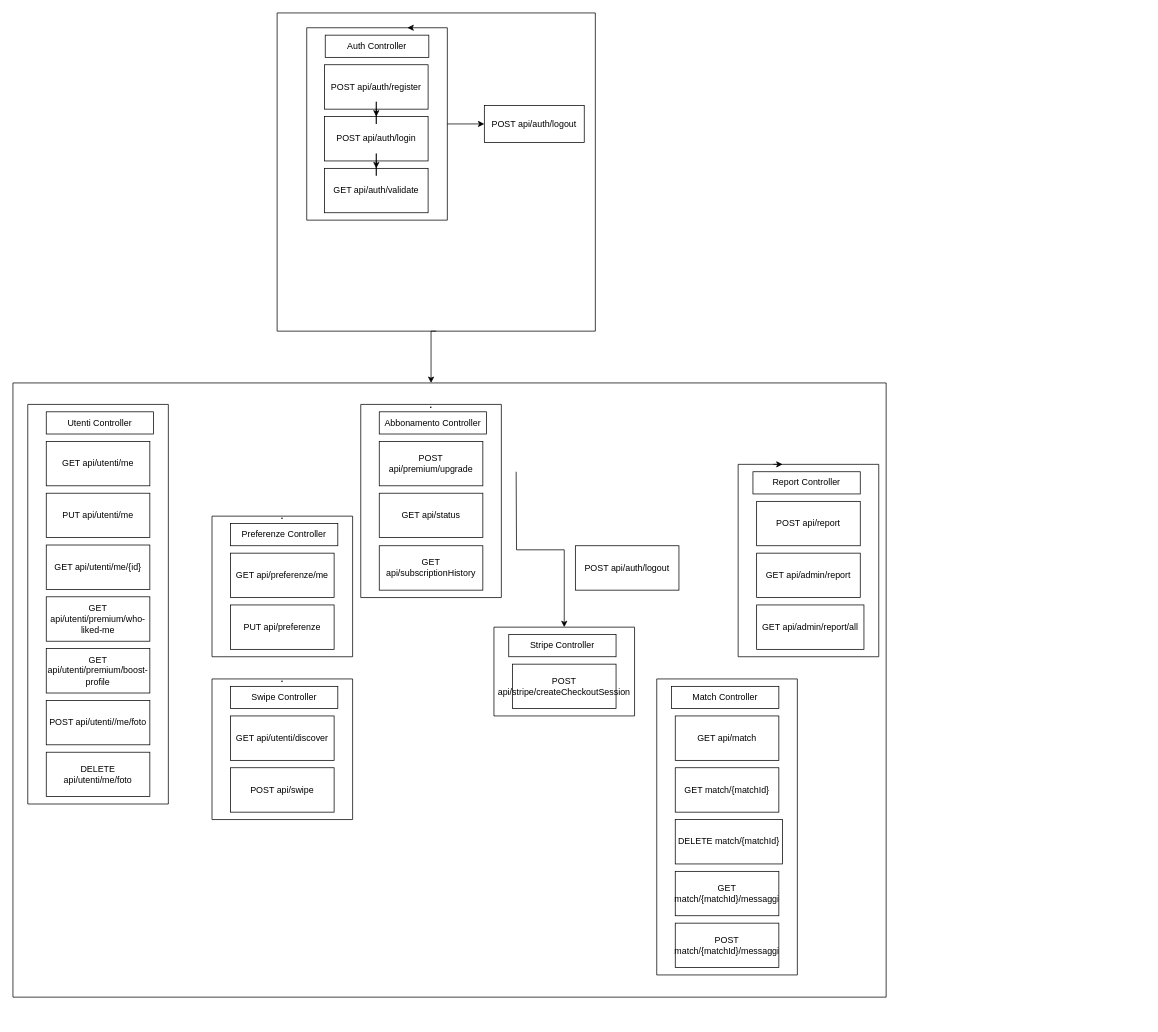
The draw.io diagram Prova controller solitario.drawio in PyotrWrangel/Pokedex, before the edit. Source tidied: cells renumbered, new cells numbered last; positions are measured from the earlier drawing's top-left corner, leaving out a move shared by most shapes. Both pictures are drawn from the tidied source at 74%, with x=0, y=0 at pixel (13, 13).
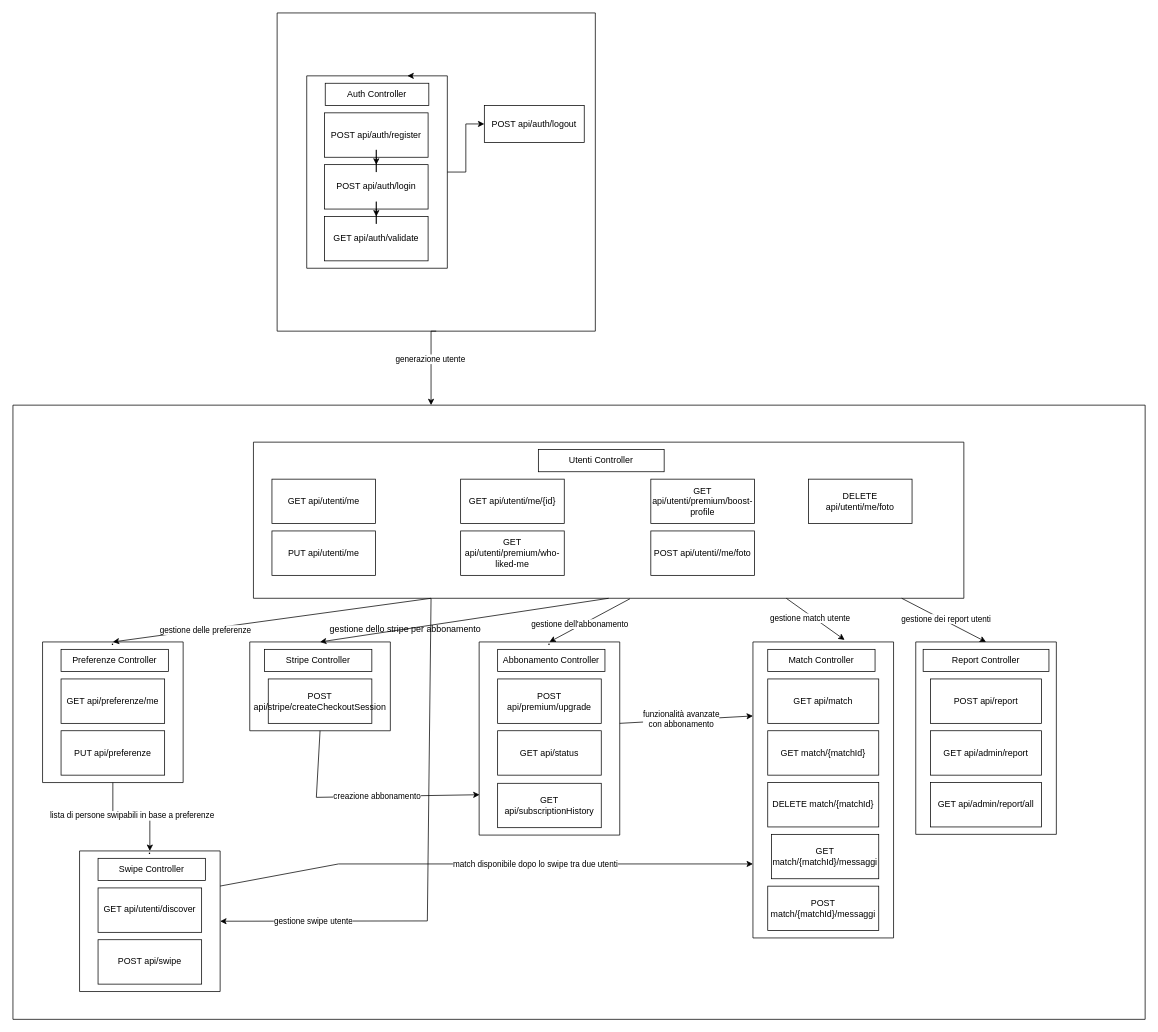
After the change.

The change refers to these unchanged cells:
```xml
<mxCell id="2" style="edgeStyle=orthogonalEdgeStyle;rounded=0;jettySize=auto;html=1;exitX=0.5;exitY=1;exitDx=0;exitDy=0;" parent="1" edge="1" source="41" target="4">
  <mxGeometry relative="1" as="geometry">
    <Array as="points">
      <mxPoint x="565" y="430" />
    </Array>
  </mxGeometry>
</mxCell>
<mxCell id="41" style="swimlane;startSize=0;" parent="1" vertex="1">
  <mxGeometry x="357" width="430" height="430" as="geometry" />
</mxCell>
```

The edit, as a diff of the source:
```diff
@@
-    <mxCell id="3" style="edgeStyle=orthogonalEdgeStyle;rounded=0;jettySize=auto;html=1;entryX=0.5;entryY=0;entryDx=0;entryDy=0;" parent="1" edge="1" target="27">
-      <mxGeometry relative="1" as="geometry">
-        <mxPoint x="680" y="620" as="sourcePoint" />
-      </mxGeometry>
-    </mxCell>
+    <mxCell id="58" value="generazione utente" style="edgeLabel;html=1;align=center;verticalAlign=middle;" parent="2" vertex="1">
+      <mxGeometry x="-0.18" y="-2" relative="1" as="geometry" />
+    </mxCell>
     <mxCell id="4" style="swimlane;startSize=0;" parent="1" vertex="1">
-      <mxGeometry y="500" width="1180" height="830" as="geometry" />
+      <mxGeometry y="530" width="1530" height="830" as="geometry" />
     </mxCell>
-    <mxCell id="5" value="POST api/auth/logout" style="rounded=0;whiteSpace=wrap;html=1;" parent="4" vertex="1">
-      <mxGeometry x="760" y="220" width="140" height="60" as="geometry" />
-    </mxCell>
     <mxCell id="6" value="." style="swimlane;startSize=0;" parent="4" vertex="1">
-      <mxGeometry x="269" y="400" width="190" height="190" as="geometry" />
+      <mxGeometry x="90" y="602.4" width="190" height="190" as="geometry" />
     </mxCell>
@@
     <mxCell id="11" style="swimlane;startSize=0;" parent="4" vertex="1">
-      <mxGeometry x="20" y="29" width="190" height="540" as="geometry" />
+      <mxGeometry x="325" y="50" width="960" height="211" as="geometry" />
     </mxCell>
     <mxCell id="12" value="Utenti Controller" style="rounded=0;whiteSpace=wrap;html=1;" parent="11" vertex="1">
-      <mxGeometry x="25" y="10" width="145" height="30" as="geometry" />
+      <mxGeometry x="385" y="10" width="170" height="30" as="geometry" />
     </mxCell>
@@
     <mxCell id="15" value="GET api/utenti/me/{id}" style="rounded=0;whiteSpace=wrap;html=1;" parent="11" vertex="1">
-      <mxGeometry x="25" y="190" width="140" height="60" as="geometry" />
+      <mxGeometry x="280" y="50" width="140" height="60" as="geometry" />
     </mxCell>
     <mxCell id="16" value="GET api/utenti/premium/who-liked-me" style="rounded=0;whiteSpace=wrap;html=1;" parent="11" vertex="1">
-      <mxGeometry x="25" y="260" width="140" height="60" as="geometry" />
+      <mxGeometry x="280" y="120" width="140" height="60" as="geometry" />
     </mxCell>
     <mxCell id="17" value="GET api/utenti/premium/boost-profile" style="rounded=0;whiteSpace=wrap;html=1;" parent="11" vertex="1">
-      <mxGeometry x="25" y="330" width="140" height="60" as="geometry" />
+      <mxGeometry x="537" y="50" width="140" height="60" as="geometry" />
     </mxCell>
     <mxCell id="18" value="POST api/utenti//me/foto" style="rounded=0;whiteSpace=wrap;html=1;" parent="11" vertex="1">
-      <mxGeometry x="25" y="400" width="140" height="60" as="geometry" />
+      <mxGeometry x="537" y="120" width="140" height="60" as="geometry" />
     </mxCell>
     <mxCell id="19" value="DELETE api/utenti/me/foto" style="rounded=0;whiteSpace=wrap;html=1;" parent="11" vertex="1">
-      <mxGeometry x="25" y="470" width="140" height="60" as="geometry" />
+      <mxGeometry x="750" y="50" width="140" height="60" as="geometry" />
     </mxCell>
+    <mxCell id="59" style="endArrow=classic;html=1;rounded=0;entryX=0.5;entryY=0;entryDx=0;entryDy=0;" parent="11" edge="1" target="52">
+      <mxGeometry relative="1" as="geometry">
+        <mxPoint x="876" y="211" as="sourcePoint" />
+      </mxGeometry>
+    </mxCell>
+    <mxCell id="60" value="gestione dei report utenti" style="edgeLabel;html=1;align=center;verticalAlign=middle;" parent="59" vertex="1">
+      <mxGeometry x="0.01" y="3" relative="1" as="geometry" />
+    </mxCell>
     <mxCell id="20" style="swimlane;startSize=0;" parent="4" vertex="1">
-      <mxGeometry x="870" y="400" width="190" height="400" as="geometry" />
+      <mxGeometry x="1000" y="320" width="190" height="400" as="geometry" />
     </mxCell>
@@
     <mxCell id="22" value="GET match/{matchId}" style="rounded=0;whiteSpace=wrap;html=1;" parent="20" vertex="1">
-      <mxGeometry x="25" y="120" width="140" height="60" as="geometry" />
+      <mxGeometry x="20" y="120" width="150" height="60" as="geometry" />
     </mxCell>
     <mxCell id="23" value="GET api/match" style="rounded=0;whiteSpace=wrap;html=1;" parent="20" vertex="1">
-      <mxGeometry x="25" y="50" width="140" height="60" as="geometry" />
+      <mxGeometry x="20" y="50" width="150" height="60" as="geometry" />
     </mxCell>
     <mxCell id="24" value="DELETE match/{matchId}" style="rounded=0;whiteSpace=wrap;html=1;" parent="20" vertex="1">
-      <mxGeometry x="25" y="190" width="145" height="60" as="geometry" />
+      <mxGeometry x="20" y="190" width="150" height="60" as="geometry" />
     </mxCell>
     <mxCell id="25" value="GET match/{matchId}/messaggi" style="rounded=0;whiteSpace=wrap;html=1;" parent="20" vertex="1">
-      <mxGeometry x="25" y="260" width="140" height="60" as="geometry" />
+      <mxGeometry x="25" y="260" width="145" height="60" as="geometry" />
     </mxCell>
     <mxCell id="26" value="POST match/{matchId}/messaggi" style="rounded=0;whiteSpace=wrap;html=1;" parent="20" vertex="1">
-      <mxGeometry x="25" y="330" width="140" height="60" as="geometry" />
+      <mxGeometry x="20" y="330" width="150" height="60" as="geometry" />
     </mxCell>
-    <mxCell id="27" style="swimlane;startSize=0;" parent="4" vertex="1">
-      <mxGeometry x="650" y="330" width="190" height="120" as="geometry" />
-    </mxCell>
-    <mxCell id="28" value="Stripe Controller" style="rounded=0;whiteSpace=wrap;html=1;" parent="27" vertex="1">
-      <mxGeometry x="20" y="10" width="145" height="30" as="geometry" />
-    </mxCell>
-    <mxCell id="29" value="POST api/stripe/createCheckoutSession" style="rounded=0;whiteSpace=wrap;html=1;" parent="27" vertex="1">
-      <mxGeometry x="25" y="50" width="140" height="60" as="geometry" />
-    </mxCell>
+    <mxCell id="61" style="edgeStyle=orthogonalEdgeStyle;rounded=0;jettySize=auto;html=1;entryX=0.5;entryY=0;entryDx=0;entryDy=0;" parent="4" edge="1" source="30" target="6">
+      <mxGeometry relative="1" as="geometry" />
+    </mxCell>
+    <mxCell id="62" value="lista di persone swipabili in base a preferenze" style="edgeLabel;html=1;align=center;verticalAlign=middle;" parent="61" vertex="1">
+      <mxGeometry x="0.01" y="2" relative="1" as="geometry" />
+    </mxCell>
     <mxCell id="30" value="." style="swimlane;startSize=0;" parent="4" vertex="1">
-      <mxGeometry x="269" y="180" width="190" height="190" as="geometry" />
+      <mxGeometry x="40" y="320" width="190" height="190" as="geometry" />
     </mxCell>
@@
     <mxCell id="35" value="." style="swimlane;startSize=0;" parent="4" vertex="1">
-      <mxGeometry x="470" y="29" width="190" height="261" as="geometry" />
+      <mxGeometry x="630" y="320" width="190" height="261" as="geometry" />
     </mxCell>
@@
-    <mxCell id="40" style="edgeStyle=orthogonalEdgeStyle;rounded=0;orthogonalLoop=1;jettySize=auto;html=1;exitX=0.5;exitY=1;exitDx=0;exitDy=0;" parent="4" edge="1" source="35" target="35">
-      <mxGeometry relative="1" as="geometry" />
+    <mxCell id="40" style="edgeStyle=orthogonalEdgeStyle;rounded=0;orthogonalLoop=1;jettySize=auto;html=1;exitX=0.5;exitY=1;exitDx=0;exitDy=0;" parent="4" edge="1">
+      <mxGeometry relative="1" as="geometry">
+        <mxPoint x="1003.5" y="345.1" as="sourcePoint" />
+        <mxPoint x="1003.5" y="345.1" as="targetPoint" />
+      </mxGeometry>
     </mxCell>
+    <mxCell id="27" style="swimlane;startSize=0;" parent="4" vertex="1">
+      <mxGeometry x="320" y="320" width="190" height="120" as="geometry" />
+    </mxCell>
+    <mxCell id="28" value="Stripe Controller" style="rounded=0;whiteSpace=wrap;html=1;" parent="27" vertex="1">
+      <mxGeometry x="20" y="10" width="145" height="30" as="geometry" />
+    </mxCell>
+    <mxCell id="29" value="POST api/stripe/createCheckoutSession" style="rounded=0;whiteSpace=wrap;html=1;" parent="27" vertex="1">
+      <mxGeometry x="25" y="50" width="140" height="60" as="geometry" />
+    </mxCell>
+    <mxCell id="52" style="swimlane;startSize=0;" parent="4" vertex="1">
+      <mxGeometry x="1220" y="320" width="190" height="260" as="geometry" />
+    </mxCell>
+    <mxCell id="53" value="Report Controller" style="rounded=0;whiteSpace=wrap;html=1;" parent="52" vertex="1">
+      <mxGeometry x="10" y="10" width="170" height="30" as="geometry" />
+    </mxCell>
+    <mxCell id="54" value="GET api/admin/report" style="rounded=0;whiteSpace=wrap;html=1;" parent="52" vertex="1">
+      <mxGeometry x="20" y="120" width="150" height="60" as="geometry" />
+    </mxCell>
+    <mxCell id="55" value="POST api/report" style="rounded=0;whiteSpace=wrap;html=1;" parent="52" vertex="1">
+      <mxGeometry x="20" y="50" width="150" height="60" as="geometry" />
+    </mxCell>
+    <mxCell id="56" value="GET api/admin/report/all" style="rounded=0;whiteSpace=wrap;html=1;" parent="52" vertex="1">
+      <mxGeometry x="20" y="190" width="150" height="60" as="geometry" />
+    </mxCell>
+    <mxCell id="63" style="endArrow=classic;html=1;rounded=0;entryX=0.5;entryY=0;entryDx=0;entryDy=0;exitX=0.25;exitY=1;exitDx=0;exitDy=0;" parent="4" edge="1" source="11" target="30">
+      <mxGeometry relative="1" as="geometry" />
+    </mxCell>
+    <mxCell id="64" value="gestione delle preferenze" style="edgeLabel;html=1;align=center;verticalAlign=middle;" parent="63" vertex="1">
+      <mxGeometry x="0.42" y="1" relative="1" as="geometry" />
+    </mxCell>
+    <mxCell id="65" style="endArrow=classic;html=1;rounded=0;entryX=0.5;entryY=0;entryDx=0;entryDy=0;exitX=0.5;exitY=1;exitDx=0;exitDy=0;" parent="4" edge="1" source="11" target="27">
+      <mxGeometry relative="1" as="geometry" />
+    </mxCell>
+    <mxCell id="66" style="endArrow=classic;html=1;rounded=0;entryX=0.5;entryY=0;entryDx=0;entryDy=0;exitX=0.53;exitY=1.003;exitDx=0;exitDy=0;exitPerimeter=0;" parent="4" edge="1" source="11" target="35">
+      <mxGeometry relative="1" as="geometry" />
+    </mxCell>
+    <mxCell id="67" value="gestione dell'abbonamento" style="edgeLabel;html=1;align=center;verticalAlign=middle;" parent="66" vertex="1">
+      <mxGeometry x="0.25" y="-2" relative="1" as="geometry">
+        <mxPoint y="-1" as="offset" />
+      </mxGeometry>
+    </mxCell>
+    <mxCell id="68" style="endArrow=classic;html=1;rounded=0;entryX=0.652;entryY=-0.007;entryDx=0;entryDy=0;entryPerimeter=0;exitX=0.75;exitY=1;exitDx=0;exitDy=0;" parent="4" edge="1" source="11" target="20">
+      <mxGeometry relative="1" as="geometry" />
+    </mxCell>
+    <mxCell id="69" value="gestione match utente" style="edgeLabel;html=1;align=center;verticalAlign=middle;" parent="68" vertex="1">
+      <mxGeometry x="-0.15" y="-3" relative="1" as="geometry" />
+    </mxCell>
+    <mxCell id="70" style="endArrow=classic;html=1;rounded=0;exitX=0.25;exitY=1;exitDx=0;exitDy=0;entryX=1;entryY=0.5;entryDx=0;entryDy=0;" parent="4" edge="1" source="11" target="6">
+      <mxGeometry relative="1" as="geometry">
+        <Array as="points">
+          <mxPoint x="560" y="697" />
+        </Array>
+      </mxGeometry>
+    </mxCell>
+    <mxCell id="71" value="gestione swipe utente" style="edgeLabel;html=1;align=center;verticalAlign=middle;" parent="70" vertex="1">
+      <mxGeometry x="0.65" relative="1" as="geometry" />
+    </mxCell>
+    <mxCell id="72" style="endArrow=classic;html=1;rounded=0;entryX=0.003;entryY=0.791;entryDx=0;entryDy=0;exitX=0.5;exitY=1;exitDx=0;exitDy=0;entryPerimeter=0;" parent="4" edge="1" source="27" target="35">
+      <mxGeometry relative="1" as="geometry">
+        <Array as="points">
+          <mxPoint x="410" y="530" />
+        </Array>
+      </mxGeometry>
+    </mxCell>
+    <mxCell id="73" value="creazione abbonamento" style="edgeLabel;html=1;align=center;verticalAlign=middle;" parent="72" vertex="1">
+      <mxGeometry x="0.11" relative="1" as="geometry" />
+    </mxCell>
+    <mxCell id="74" style="endArrow=classic;html=1;rounded=0;entryX=0;entryY=0.25;entryDx=0;entryDy=0;" parent="4" edge="1" target="20">
+      <mxGeometry relative="1" as="geometry">
+        <mxPoint x="820" y="430" as="sourcePoint" />
+      </mxGeometry>
+    </mxCell>
+    <mxCell id="75" value="funzionalità avanzate&lt;br&gt;con abbonamento" style="edgeLabel;html=1;align=center;verticalAlign=middle;" parent="74" vertex="1">
+      <mxGeometry x="-0.08" y="1" relative="1" as="geometry" />
+    </mxCell>
+    <mxCell id="76" style="endArrow=classic;html=1;rounded=0;entryX=0;entryY=0.75;entryDx=0;entryDy=0;exitX=1;exitY=0.25;exitDx=0;exitDy=0;" parent="4" edge="1" source="6" target="20">
+      <mxGeometry relative="1" as="geometry">
+        <Array as="points">
+          <mxPoint x="440" y="620" />
+        </Array>
+      </mxGeometry>
+    </mxCell>
+    <mxCell id="77" value="match disponibile dopo lo swipe tra due utenti" style="edgeLabel;html=1;align=center;verticalAlign=middle;" parent="76" vertex="1">
+      <mxGeometry x="0.07" relative="1" as="geometry">
+        <mxPoint x="41" y="-1" as="offset" />
+      </mxGeometry>
+    </mxCell>
@@
     <mxCell id="43" style="swimlane;startSize=0;" parent="41" vertex="1">
-      <mxGeometry x="40" y="20" width="190" height="260" as="geometry" />
+      <mxGeometry x="40" y="85" width="190" height="260" as="geometry" />
     </mxCell>
@@
-    <mxCell id="52" style="swimlane;startSize=0;" parent="1" vertex="1">
-      <mxGeometry x="980" y="610" width="190" height="260" as="geometry" />
-    </mxCell>
-    <mxCell id="53" value="Report Controller" style="rounded=0;whiteSpace=wrap;html=1;" parent="52" vertex="1">
-      <mxGeometry x="20" y="10" width="145" height="30" as="geometry" />
-    </mxCell>
-    <mxCell id="54" value="GET api/admin/report" style="rounded=0;whiteSpace=wrap;html=1;" parent="52" vertex="1">
-      <mxGeometry x="25" y="120" width="140" height="60" as="geometry" />
-    </mxCell>
-    <mxCell id="55" value="POST api/report" style="rounded=0;whiteSpace=wrap;html=1;" parent="52" vertex="1">
-      <mxGeometry x="25" y="50" width="140" height="60" as="geometry" />
-    </mxCell>
-    <mxCell id="56" value="GET api/admin/report/all" style="rounded=0;whiteSpace=wrap;html=1;" parent="52" vertex="1">
-      <mxGeometry x="25" y="190" width="145" height="60" as="geometry" />
-    </mxCell>
-    <mxCell id="57" style="edgeStyle=orthogonalEdgeStyle;rounded=0;orthogonalLoop=1;jettySize=auto;html=1;exitX=0.25;exitY=0;exitDx=0;exitDy=0;entryX=0.316;entryY=0;entryDx=0;entryDy=0;entryPerimeter=0;" parent="1" edge="1" source="52" target="52">
-      <mxGeometry relative="1" as="geometry" />
-    </mxCell>
+    <mxCell id="78" value="gestione dello stripe per abbonamento" style="text;html=1;align=center;verticalAlign=middle;strokeColor=none;fillColor=none;" parent="1" vertex="1">
+      <mxGeometry x="415" y="818" width="230" height="30" as="geometry" />
+    </mxCell>
```
